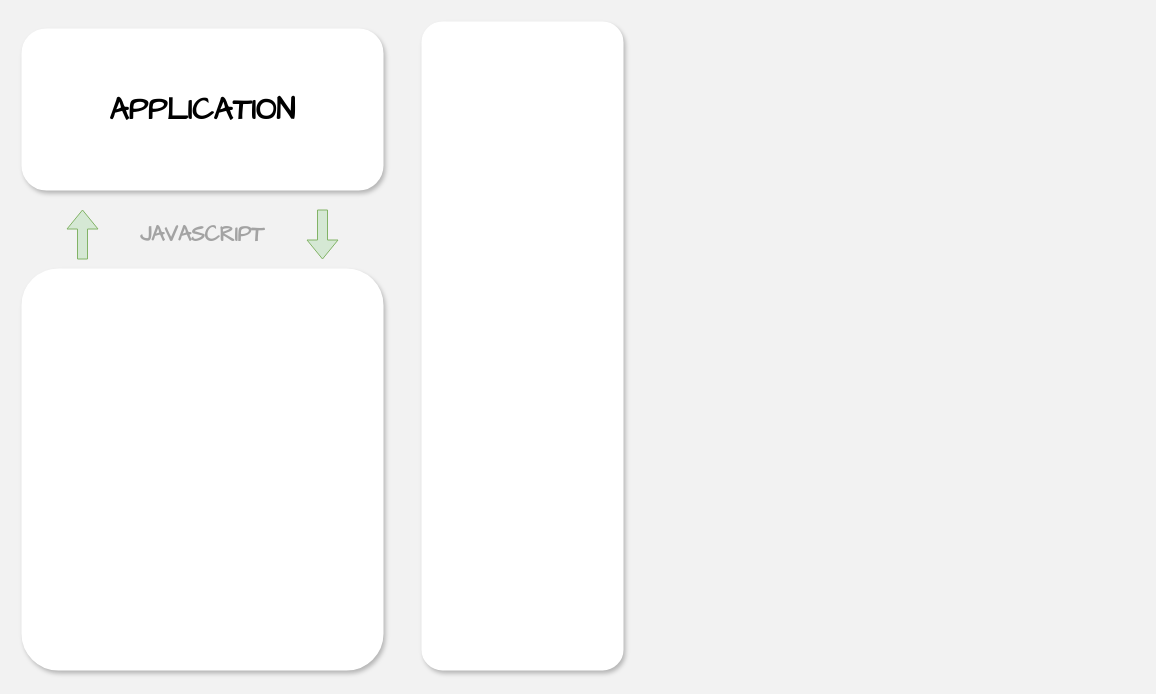
Yaozongbin0828/UMLetDraw keeps this draw.io diagram as Node.js架构.drawio. Above is the earlier version. Source tidied: cells renumbered, new cells numbered last; positions are measured from the earlier drawing's top-left corner, leaving out a move shared by most shapes. Both pictures are drawn from the tidied source at 100%, with x=0, y=0 at pixel (22, 22).
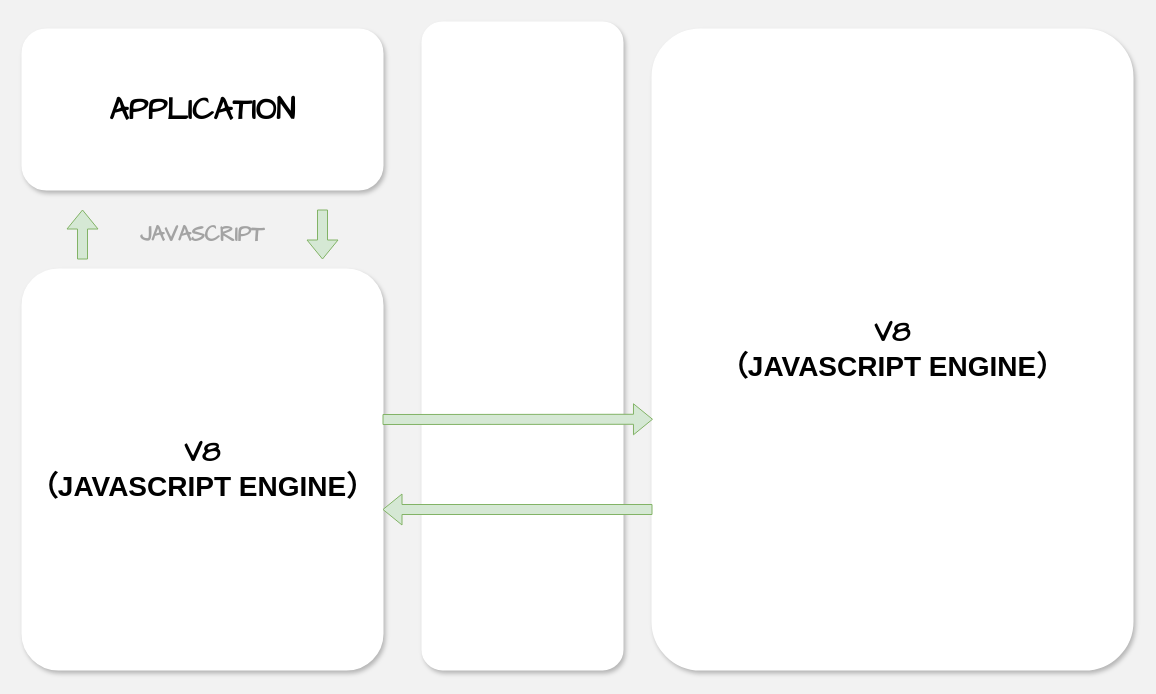
The same diagram, later.

The edit, as a diff of the source:
```diff
@@
 <mxGraphModel background="#F2F2F2">
   <root>
     <mxCell id="0" />
     <mxCell id="1" parent="0" />
+    <mxCell id="8" value="&lt;b style=&quot;font-size: 28px;&quot;&gt;&lt;font face=&quot;Comic Sans MS&quot; style=&quot;font-size: 28px;&quot;&gt;V8&lt;/font&gt;&lt;/b&gt;&lt;div style=&quot;font-size: 28px;&quot;&gt;&lt;b style=&quot;&quot;&gt;&lt;font face=&quot;Sg2590R3SVGVvx_BgW9V&quot; style=&quot;font-size: 28px;&quot;&gt;（JAVASCRIPT ENGINE）&lt;/font&gt;&lt;/b&gt;&lt;/div&gt;" style="rounded=1;whiteSpace=wrap;html=1;shadow=1;strokeWidth=2;strokeColor=#FFFFFF;arcSize=10;" parent="1" vertex="1">
+      <mxGeometry x="630" y="7" width="480" height="640" as="geometry" />
+    </mxCell>
     <mxCell id="2" value="&lt;font size=&quot;1&quot; face=&quot;Comic Sans MS&quot; style=&quot;&quot;&gt;&lt;b style=&quot;font-size: 30px;&quot;&gt;APPLICATION&lt;/b&gt;&lt;/font&gt;" style="rounded=1;whiteSpace=wrap;html=1;shadow=1;strokeWidth=2;strokeColor=#FFFFFF;" parent="1" vertex="1">
       <mxGeometry y="7" width="360" height="160" as="geometry" />
     </mxCell>
-    <mxCell id="3" style="rounded=1;whiteSpace=wrap;html=1;shadow=1;strokeWidth=2;strokeColor=#FFFFFF;arcSize=10;" parent="1" vertex="1">
+    <mxCell id="3" value="&lt;b style=&quot;font-size: 28px;&quot;&gt;&lt;font face=&quot;Comic Sans MS&quot; style=&quot;font-size: 28px;&quot;&gt;V8&lt;/font&gt;&lt;/b&gt;&lt;div style=&quot;font-size: 28px;&quot;&gt;&lt;b style=&quot;&quot;&gt;&lt;font face=&quot;Sg2590R3SVGVvx_BgW9V&quot; style=&quot;font-size: 28px;&quot;&gt;（JAVASCRIPT ENGINE）&lt;/font&gt;&lt;/b&gt;&lt;/div&gt;" style="rounded=1;whiteSpace=wrap;html=1;shadow=1;strokeWidth=2;strokeColor=#FFFFFF;arcSize=10;" parent="1" vertex="1">
       <mxGeometry y="247" width="360" height="400" as="geometry" />
     </mxCell>
     <mxCell id="4" style="rounded=1;whiteSpace=wrap;html=1;shadow=1;strokeWidth=2;strokeColor=#FFFFFF;arcSize=10;" parent="1" vertex="1">
       <mxGeometry x="400" width="200" height="647" as="geometry" />
     </mxCell>
     <mxCell id="5" value="&lt;b&gt;&lt;font color=&quot;#a3a3a3&quot; face=&quot;Comic Sans MS&quot; style=&quot;font-size: 21px;&quot;&gt;JAVASCRIPT&lt;/font&gt;&lt;/b&gt;" style="text;html=1;align=center;verticalAlign=middle;whiteSpace=wrap;rounded=0;" parent="1" vertex="1">
       <mxGeometry x="150" y="197" width="60" height="30" as="geometry" />
     </mxCell>
     <mxCell id="6" style="shape=flexArrow;endArrow=classic;html=1;rounded=0;fillColor=#d5e8d4;strokeColor=#82b366;" parent="1" edge="1">
       <mxGeometry relative="1" as="geometry">
         <mxPoint x="60" y="237" as="sourcePoint" />
         <mxPoint x="60" y="187" as="targetPoint" />
       </mxGeometry>
     </mxCell>
     <mxCell id="7" style="shape=flexArrow;endArrow=classic;html=1;rounded=0;fillColor=#d5e8d4;strokeColor=#82b366;" parent="1" edge="1">
       <mxGeometry relative="1" as="geometry">
         <mxPoint x="300" y="187" as="sourcePoint" />
         <mxPoint x="300" y="237" as="targetPoint" />
       </mxGeometry>
     </mxCell>
+    <mxCell id="9" style="shape=flexArrow;endArrow=classic;html=1;rounded=0;fillColor=#d5e8d4;strokeColor=#82b366;entryX=0.001;entryY=0.609;entryDx=0;entryDy=0;entryPerimeter=0;" parent="1" edge="1" target="8">
+      <mxGeometry relative="1" as="geometry">
+        <mxPoint x="360" y="397" as="sourcePoint" />
+      </mxGeometry>
+    </mxCell>
+    <mxCell id="10" style="shape=flexArrow;endArrow=classic;html=1;rounded=0;fillColor=#d5e8d4;strokeColor=#82b366;" parent="1" edge="1">
+      <mxGeometry relative="1" as="geometry">
+        <mxPoint x="630" y="487" as="sourcePoint" />
+        <mxPoint x="360" y="487" as="targetPoint" />
+      </mxGeometry>
+    </mxCell>
   </root>
 </mxGraphModel>
```
